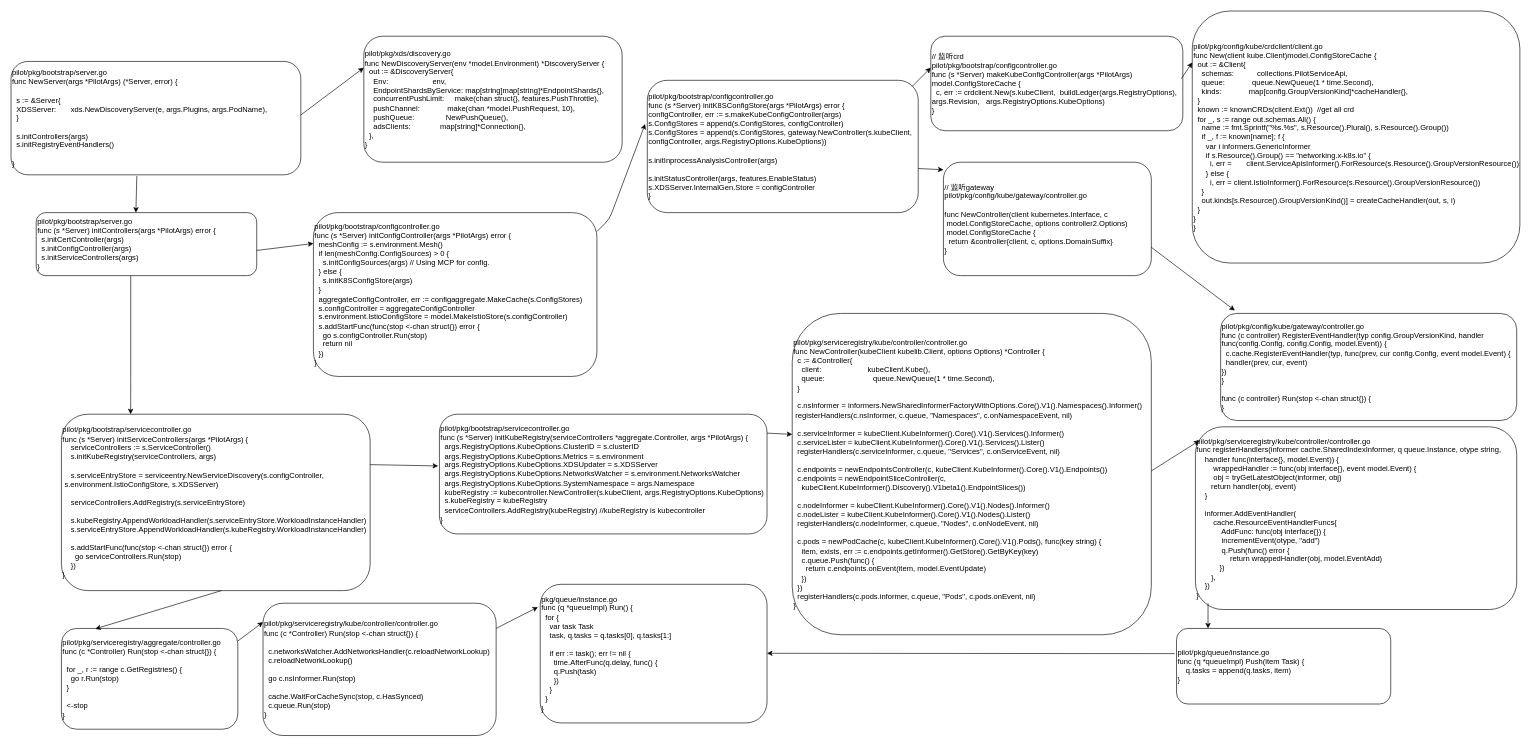
Earlier version of the draw.io diagram istio_pilot.drawio (bjqhfd/draw). Source tidied: cells renumbered, new cells numbered last; positions are measured from the earlier drawing's top-left corner, leaving out a move shared by most shapes. Both pictures are drawn from the tidied source at 63%, with x=0, y=0 at pixel (11, 11).
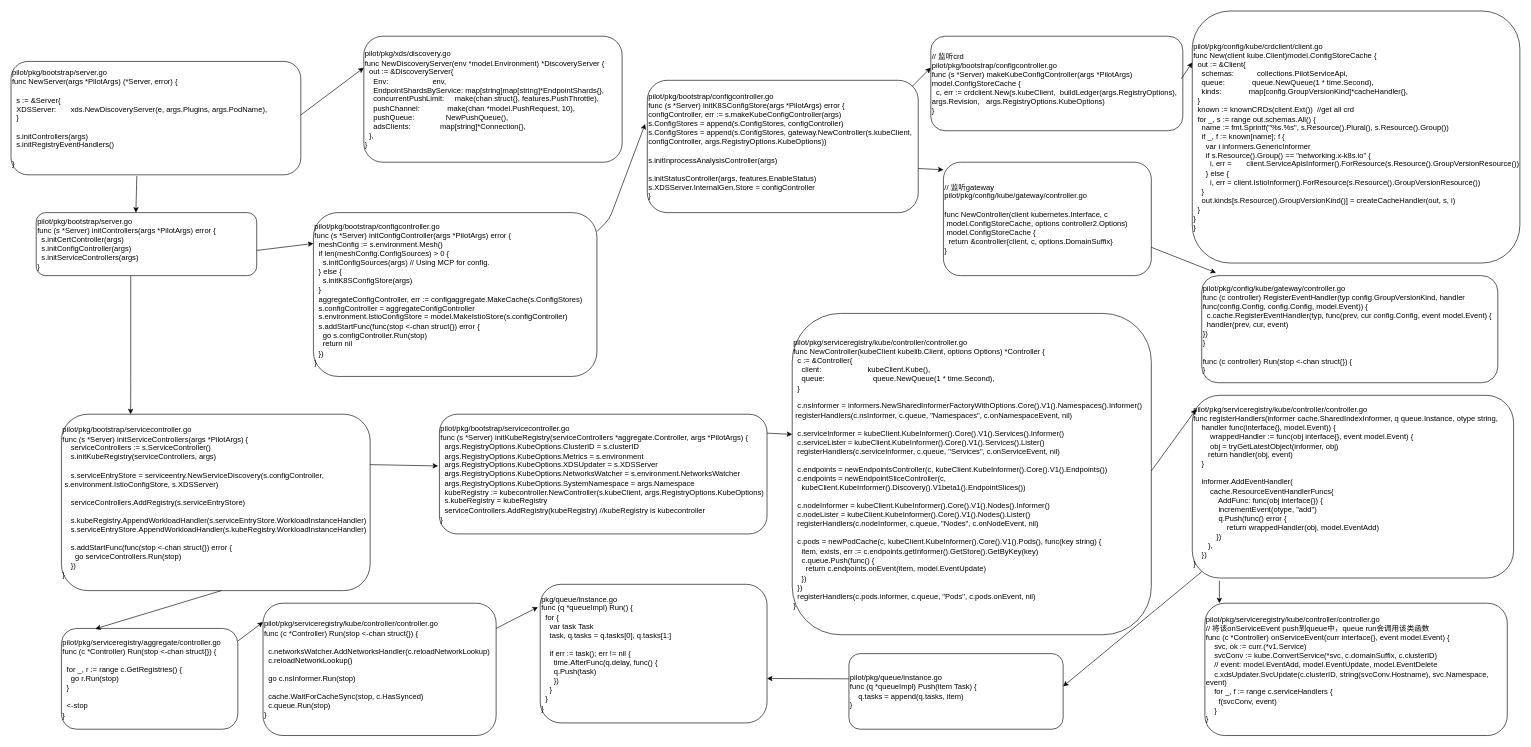
Above is the later version.

Change to the diagram source:
```diff
@@
     <mxCell id="16" value="&lt;div&gt;pilot/pkg/config/kube/gateway/controller.go&lt;/div&gt;&lt;div&gt;func (c controller) RegisterEventHandler(typ config.GroupVersionKind, handler func(config.Config, config.Config, model.Event)) {&lt;/div&gt;&lt;div&gt;&lt;span&gt;&lt;/span&gt;&amp;nbsp; c.cache.RegisterEventHandler(typ, func(prev, cur config.Config, event model.Event) {&lt;/div&gt;&lt;div&gt;&lt;span&gt;&lt;/span&gt;&amp;nbsp; handler(prev, cur, event)&lt;/div&gt;&lt;div&gt;&lt;span&gt; &lt;/span&gt;})&lt;/div&gt;&lt;div&gt;}&lt;/div&gt;&lt;div&gt;&lt;br&gt;&lt;/div&gt;&lt;div&gt;func (c controller) Run(stop &amp;lt;-chan struct{}) {&lt;/div&gt;&lt;div&gt;}&lt;/div&gt;" style="rounded=1;whiteSpace=wrap;html=1;align=left;" parent="1" vertex="1">
-      <mxGeometry x="1920" y="480" width="470" height="170" as="geometry" />
+      <mxGeometry x="1890" y="420" width="470" height="170" as="geometry" />
     </mxCell>
@@
     <mxCell id="24" value="&lt;div&gt;pilot/pkg/serviceregistry/kube/controller/controller.go&lt;/div&gt;&lt;div&gt;func registerHandlers(informer cache.SharedIndexInformer, q queue.Instance, otype string,&lt;/div&gt;&lt;div&gt;&lt;span&gt;&lt;/span&gt;&amp;nbsp; &amp;nbsp; handler func(interface{}, model.Event)) {&lt;/div&gt;&lt;div&gt;&lt;span&gt;&lt;/span&gt;&amp;nbsp; &amp;nbsp; &amp;nbsp; &amp;nbsp; wrappedHandler := func(obj interface{}, event model.Event) {&lt;/div&gt;&lt;div&gt;&lt;span&gt;&lt;/span&gt;&amp;nbsp; &amp;nbsp; &amp;nbsp; &amp;nbsp; obj = tryGetLatestObject(informer, obj)&lt;/div&gt;&lt;div&gt;&lt;span&gt;&lt;/span&gt;&amp;nbsp; &amp;nbsp; &amp;nbsp; &amp;nbsp;return handler(obj, event)&lt;/div&gt;&lt;div&gt;&lt;span&gt;&lt;/span&gt;&amp;nbsp; &amp;nbsp; }&lt;/div&gt;&lt;div&gt;&lt;br&gt;&lt;/div&gt;&lt;div&gt;&lt;span&gt;&lt;/span&gt;&amp;nbsp; &amp;nbsp; informer.AddEventHandler(&lt;/div&gt;&lt;div&gt;&lt;span&gt;&lt;/span&gt;&amp;nbsp; &amp;nbsp; &amp;nbsp; &amp;nbsp; cache.ResourceEventHandlerFuncs{&lt;/div&gt;&lt;div&gt;&lt;span&gt;&lt;/span&gt;&amp;nbsp; &amp;nbsp; &amp;nbsp; &amp;nbsp; &amp;nbsp; &amp;nbsp; AddFunc: func(obj interface{}) {&lt;/div&gt;&lt;div&gt;&lt;span&gt;&lt;/span&gt;&amp;nbsp; &amp;nbsp; &amp;nbsp; &amp;nbsp; &amp;nbsp; &amp;nbsp; incrementEvent(otype, &quot;add&quot;)&lt;/div&gt;&lt;div&gt;&lt;span&gt;&lt;/span&gt;&amp;nbsp; &amp;nbsp; &amp;nbsp; &amp;nbsp; &amp;nbsp; &amp;nbsp; q.Push(func() error {&lt;/div&gt;&lt;div&gt;&lt;span&gt;&lt;/span&gt;&amp;nbsp; &amp;nbsp; &amp;nbsp; &amp;nbsp; &amp;nbsp; &amp;nbsp; &amp;nbsp; &amp;nbsp; return wrappedHandler(obj, model.EventAdd)&lt;/div&gt;&lt;div&gt;&lt;span&gt;&lt;/span&gt;&amp;nbsp; &amp;nbsp; &amp;nbsp; &amp;nbsp; &amp;nbsp; &amp;nbsp;})&lt;/div&gt;&lt;div&gt;&lt;span&gt;&lt;/span&gt;&amp;nbsp; &amp;nbsp; &amp;nbsp; &amp;nbsp;},&lt;/div&gt;&lt;div&gt;&lt;span&gt;&lt;/span&gt;&amp;nbsp; &amp;nbsp; })&lt;/div&gt;&lt;div&gt;}&lt;/div&gt;" style="rounded=1;whiteSpace=wrap;html=1;align=left;" parent="1" vertex="1">
-      <mxGeometry x="1880" y="660" width="510" height="290" as="geometry" />
+      <mxGeometry x="1875" y="610" width="510" height="290" as="geometry" />
     </mxCell>
@@
     <mxCell id="26" value="pilot/pkg/queue/instance.go&lt;br&gt;&lt;div&gt;func (q *queueImpl) Push(item Task) {&lt;/div&gt;&lt;div&gt;&lt;span&gt;&lt;/span&gt;&amp;nbsp; &amp;nbsp; q.tasks = append(q.tasks, item)&lt;/div&gt;&lt;div&gt;}&lt;/div&gt;" style="rounded=1;whiteSpace=wrap;html=1;align=left;" parent="1" vertex="1">
-      <mxGeometry x="1850" y="980" width="340" height="120" as="geometry" />
+      <mxGeometry x="1330" y="1020" width="340" height="120" as="geometry" />
     </mxCell>
@@
     <mxCell id="34" style="endArrow=classic;html=1;" parent="1" edge="1">
       <mxGeometry relative="1" as="geometry">
-        <mxPoint x="1900" y="940" as="sourcePoint" />
-        <mxPoint x="1900" y="980" as="targetPoint" />
+        <mxPoint x="1918" y="904" as="sourcePoint" />
+        <mxPoint x="1918" y="940" as="targetPoint" />
       </mxGeometry>
     </mxCell>
     <mxCell id="35" style="endArrow=classic;html=1;" parent="1" edge="1">
       <mxGeometry relative="1" as="geometry">
-        <mxPoint x="1847" y="1020" as="sourcePoint" />
-        <mxPoint x="1200" y="1019.5" as="targetPoint" />
+        <mxPoint x="1330" y="1060" as="sourcePoint" />
+        <mxPoint x="1200" y="1059.5" as="targetPoint" />
       </mxGeometry>
     </mxCell>
+    <mxCell id="36" value="pilot/pkg/serviceregistry/kube/controller/controller.go&lt;br&gt;// 将该onServiceEvent push到queue中，queue run会调用该类函数&lt;br&gt;&lt;div&gt;func (c *Controller) onServiceEvent(curr interface{}, event model.Event) {&lt;/div&gt;&lt;div&gt;&lt;span&gt;&lt;/span&gt;&amp;nbsp; &amp;nbsp; svc, ok := curr.(*v1.Service)&lt;/div&gt;&lt;div&gt;&lt;span&gt;&lt;/span&gt;&amp;nbsp; &amp;nbsp; svcConv := kube.ConvertService(*svc, c.domainSuffix, c.clusterID)&lt;/div&gt;&lt;div&gt;&lt;span&gt;&lt;/span&gt;&amp;nbsp; &amp;nbsp; // event: model.EventAdd, model.EventUpdate, model.EventDelete&lt;/div&gt;&lt;div&gt;&lt;span&gt;&lt;/span&gt;&amp;nbsp; &amp;nbsp; c.xdsUpdater.SvcUpdate(c.clusterID, string(svcConv.Hostname), svc.Namespace, event)&lt;/div&gt;&lt;div&gt;&lt;span&gt;&lt;/span&gt;&amp;nbsp; &amp;nbsp; for _, f := range c.serviceHandlers {&lt;/div&gt;&lt;div&gt;&lt;span&gt;&lt;/span&gt;&amp;nbsp; &amp;nbsp; &amp;nbsp; f(svcConv, event)&lt;/div&gt;&lt;div&gt;&lt;span&gt;&lt;/span&gt;&amp;nbsp; &amp;nbsp; }&lt;/div&gt;&lt;div&gt;}&lt;/div&gt;" style="rounded=1;whiteSpace=wrap;html=1;align=left;" parent="1" vertex="1">
+      <mxGeometry x="1895" y="940" width="480" height="210" as="geometry" />
+    </mxCell>
+    <mxCell id="37" style="endArrow=classic;html=1;" parent="1" edge="1">
+      <mxGeometry relative="1" as="geometry">
+        <mxPoint x="1890" y="890" as="sourcePoint" />
+        <mxPoint x="1670" y="1072" as="targetPoint" />
+      </mxGeometry>
+    </mxCell>
```
